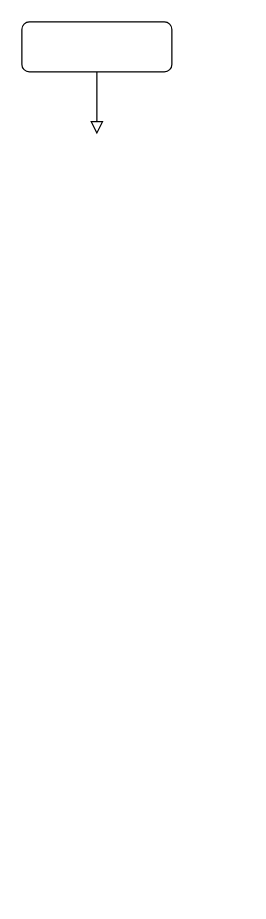
This is CheckOut.drawio from BHASVIC-FinnJones23/Kashyyyk6, a draw.io file, before an edit. Source tidied: cells renumbered, new cells numbered last; positions are measured from the earlier drawing's top-left corner, leaving out a move shared by most shapes. Both pictures are drawn from the tidied source at 125%, with x=0, y=0 at pixel (21, 21).
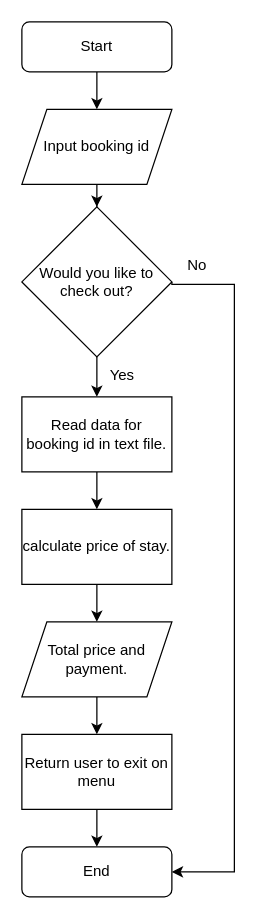
The same page after the edit.

Change to the diagram source:
```diff
@@
-    <mxCell id="2" style="rounded=0;html=1;jettySize=auto;fontSize=11;endArrow=block;endFill=0;endSize=8;strokeWidth=1;shadow=0;labelBackgroundColor=none;edgeStyle=orthogonalEdgeStyle;" parent="1" edge="1" source="3">
-      <mxGeometry relative="1" as="geometry">
-        <mxPoint x="60" y="90" as="targetPoint" />
-      </mxGeometry>
-    </mxCell>
-    <mxCell id="3" style="rounded=1;whiteSpace=wrap;html=1;fontSize=12;glass=0;strokeWidth=1;shadow=0;" parent="1" vertex="1">
+    <mxCell id="3" value="Start" style="rounded=1;whiteSpace=wrap;html=1;fontSize=12;glass=0;strokeWidth=1;shadow=0;" parent="1" vertex="1">
       <mxGeometry width="120" height="40" as="geometry" />
     </mxCell>
+    <mxCell id="4" style="edgeStyle=orthogonalEdgeStyle;rounded=0;jettySize=auto;html=1;" parent="1" edge="1" source="5" target="9">
+      <mxGeometry relative="1" as="geometry" />
+    </mxCell>
+    <mxCell id="5" value="Input booking id" style="shape=parallelogram;perimeter=parallelogramPerimeter;whiteSpace=wrap;html=1;fixedSize=1;" parent="1" vertex="1">
+      <mxGeometry y="70" width="120" height="60" as="geometry" />
+    </mxCell>
+    <mxCell id="6" style="edgeStyle=orthogonalEdgeStyle;rounded=0;jettySize=auto;html=1;" parent="1" edge="1" source="9" target="11">
+      <mxGeometry relative="1" as="geometry" />
+    </mxCell>
+    <mxCell id="7" style="edgeStyle=orthogonalEdgeStyle;rounded=0;jettySize=auto;html=1;entryX=1;entryY=0.5;entryDx=0;entryDy=0;exitX=1;exitY=0.5;exitDx=0;exitDy=0;" parent="1" edge="1" source="9" target="16">
+      <mxGeometry relative="1" as="geometry">
+        <Array as="points">
+          <mxPoint x="170" y="210" />
+          <mxPoint x="170" y="680" />
+        </Array>
+      </mxGeometry>
+    </mxCell>
+    <mxCell id="8" style="endArrow=classic;html=1;rounded=0;" parent="1" edge="1">
+      <mxGeometry relative="1" as="geometry">
+        <mxPoint x="59.5" y="200" as="sourcePoint" />
+        <mxPoint x="59.5" y="240" as="targetPoint" />
+      </mxGeometry>
+    </mxCell>
+    <mxCell id="9" value="Would you like to&lt;br&gt;check out?" style="rhombus;whiteSpace=wrap;html=1;" parent="1" vertex="1">
+      <mxGeometry y="148" width="120" height="120" as="geometry" />
+    </mxCell>
+    <mxCell id="10" style="edgeStyle=orthogonalEdgeStyle;rounded=0;jettySize=auto;html=1;" parent="1" edge="1" source="11" target="13">
+      <mxGeometry relative="1" as="geometry" />
+    </mxCell>
+    <mxCell id="11" value="Read data for booking id in text file." style="rounded=0;whiteSpace=wrap;html=1;" parent="1" vertex="1">
+      <mxGeometry y="300" width="120" height="60" as="geometry" />
+    </mxCell>
+    <mxCell id="12" style="edgeStyle=orthogonalEdgeStyle;rounded=0;jettySize=auto;html=1;" parent="1" edge="1" source="13" target="15">
+      <mxGeometry relative="1" as="geometry" />
+    </mxCell>
+    <mxCell id="13" value="calculate price of stay." style="rounded=0;whiteSpace=wrap;html=1;" parent="1" vertex="1">
+      <mxGeometry y="390" width="120" height="60" as="geometry" />
+    </mxCell>
+    <mxCell id="14" style="edgeStyle=orthogonalEdgeStyle;rounded=0;jettySize=auto;html=1;" parent="1" edge="1" source="15" target="18">
+      <mxGeometry relative="1" as="geometry" />
+    </mxCell>
+    <mxCell id="15" value="Total price and payment." style="shape=parallelogram;perimeter=parallelogramPerimeter;whiteSpace=wrap;html=1;fixedSize=1;" parent="1" vertex="1">
+      <mxGeometry y="480" width="120" height="60" as="geometry" />
+    </mxCell>
+    <mxCell id="16" value="End" style="rounded=1;whiteSpace=wrap;html=1;fontSize=12;glass=0;strokeWidth=1;shadow=0;" parent="1" vertex="1">
+      <mxGeometry y="660" width="120" height="40" as="geometry" />
+    </mxCell>
+    <mxCell id="17" style="edgeStyle=orthogonalEdgeStyle;rounded=0;jettySize=auto;html=1;" parent="1" edge="1" source="18" target="16">
+      <mxGeometry relative="1" as="geometry" />
+    </mxCell>
+    <mxCell id="18" value="Return user to exit on menu" style="rounded=0;whiteSpace=wrap;html=1;" parent="1" vertex="1">
+      <mxGeometry y="570" width="120" height="60" as="geometry" />
+    </mxCell>
+    <mxCell id="19" style="endArrow=classic;html=1;rounded=0;exitX=0.5;exitY=1;exitDx=0;exitDy=0;entryX=0.5;entryY=0;entryDx=0;entryDy=0;" parent="1" edge="1" source="3" target="5">
+      <mxGeometry relative="1" as="geometry" />
+    </mxCell>
+    <mxCell id="20" value="Yes" style="text;html=1;align=center;verticalAlign=middle;strokeColor=none;fillColor=none;" parent="1" vertex="1">
+      <mxGeometry x="60" y="268" width="40" height="30" as="geometry" />
+    </mxCell>
+    <mxCell id="21" value="No" style="text;html=1;align=center;verticalAlign=middle;strokeColor=none;fillColor=none;" parent="1" vertex="1">
+      <mxGeometry x="120" y="180" width="40" height="30" as="geometry" />
+    </mxCell>
```
